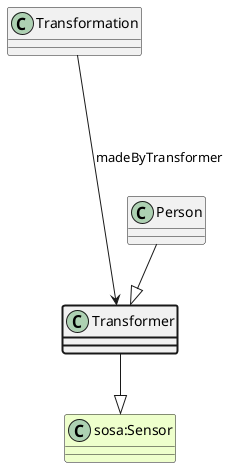
Before: ttl_uml/ttl_appn_Transformer.png, a diagram exported from PlantUML (aus-plant-phenomics-network/appn-schema).
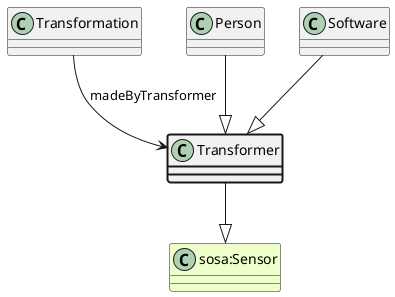
After the change.

Diff of the diagram source:
```diff
@@ -3,7 +3,9 @@
 class "sosa:Sensor" #EEFFCC
 Transformer --|> "sosa:Sensor"
 class Transformation
-Transformation ----> Transformer : madeByTransformer
+Transformation --> Transformer : madeByTransformer
 class Person
 Person --|> Transformer
+class Software
+Software --|> Transformer
 @enduml
```
